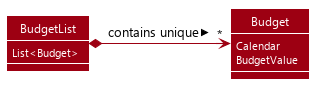
This is docs/images/add-budget/BudgetListClassDiagram.png from AY1920S1-CS2103T-W12-2/main, a PlantUML export, as it was before one commit. The source it was exported from:
```plantuml
@startuml








skinparam BackgroundColor #FFFFFFF

skinparam Shadowing false

skinparam MinClassWidth 50
skinparam ParticipantPadding 10
skinparam DefaultTextAlignment center
skinparam packageStyle Rectangle

skinparam defaultFontName Segoe UI

skinparam Class {
    FontColor #FFFFFF
    BorderThickness 1
    BorderColor #FFFFFF
    StereotypeFontColor #FFFFFF
}

skinparam Actor {
    BorderColor #000000
    Color #000000
}

skinparam Sequence {
    MessageAlign center
    BoxFontSize 15
    BoxPadding 0
    BoxFontColor #FFFFFF
}

skinparam Participant {
    FontColor #FFFFFFF
    Padding 20
}


hide footbox
hide members
hide circle
skinparam arrowThickness 1.1
skinparam arrowColor #9D0012
skinparam classBackgroundColor #9D0012
show members

class BudgetList {
    <color:#white>List<Budget>
}

class Budget {
    <color:#white>Calendar
    <color:#white>BudgetValue
}

BudgetList *-> "*" Budget : > contains unique

@enduml
```
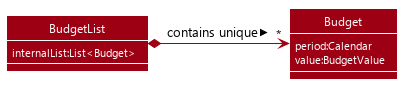
The same diagram one commit later.

What changed in the source:
```diff
@@ -52,12 +52,12 @@
 show members
 
 class BudgetList {
-    <color:#white>List<Budget>
+    <color:#white>internalList:List<Budget>
 }
 
 class Budget {
-    <color:#white>Calendar
-    <color:#white>BudgetValue
+    <color:#white>period:Calendar
+    <color:#white>value:BudgetValue
 }
 
 BudgetList *-> "*" Budget : > contains unique
```
